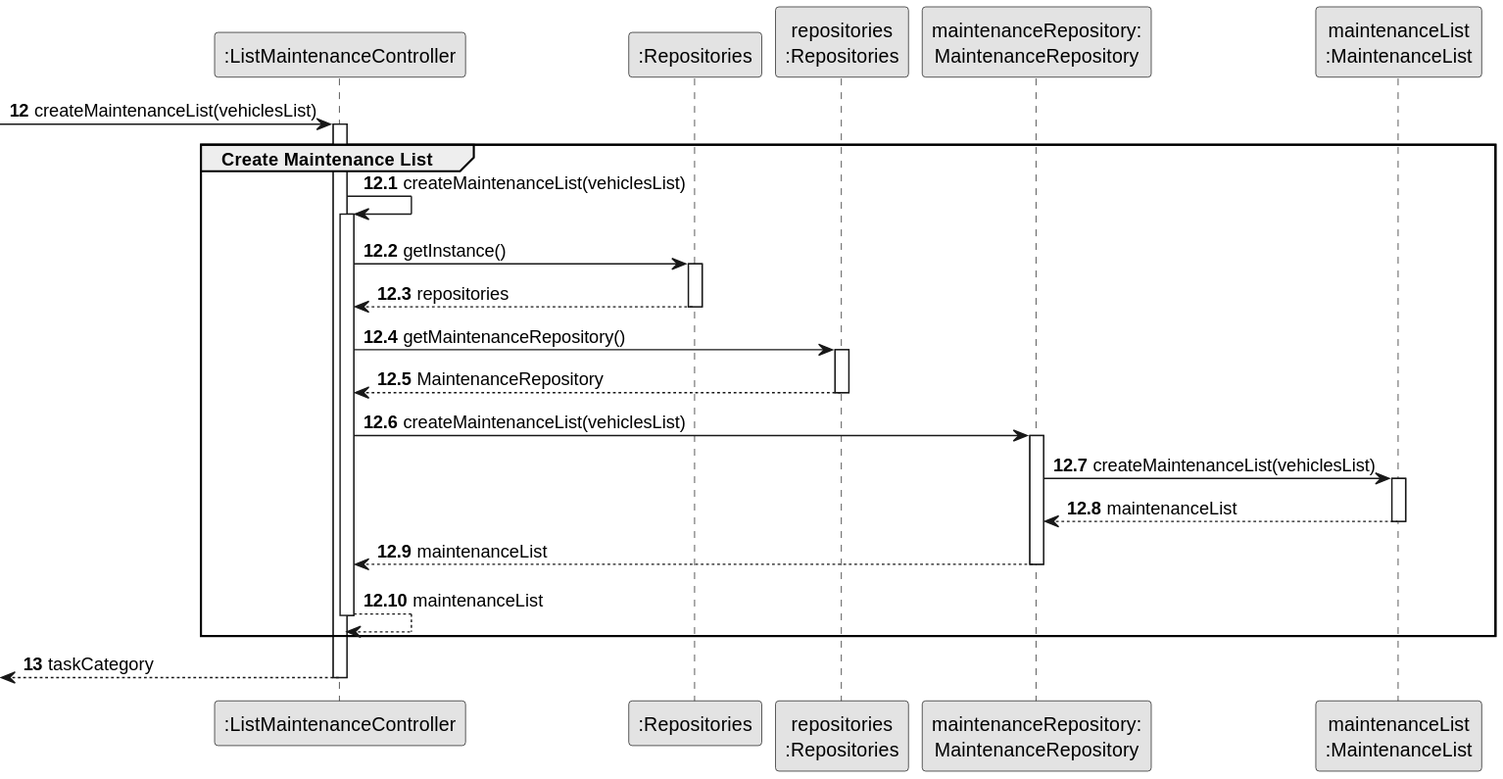
Above: docs/sprintB/us008/03.design/svg/us008-sequence-diagram-partial-create-maintenance-list.svg in RicardoMorim/lapr2-ISEP-Project (PlantUML), before the change. Its diagram source:
```plantuml
@startuml
skinparam monochrome true
skinparam packageStyle rectangle
skinparam shadowing false

participant ":ListMaintenanceController" as CTRL
participant ":Repositories" as RepositorySingleton
participant "repositories\n:Repositories" as PLAT
participant "maintenanceRepository:\nMaintenanceRepository" as MaintenanceRepository
participant "maintenanceList\n:MaintenanceList" as MaintenanceList

autonumber 12
-> CTRL : createMaintenanceList(vehiclesList)

autonumber 12.1

activate CTRL
    group Create Maintenance List

        CTRL -> CTRL : createMaintenanceList(vehiclesList)
                    activate CTRL

                        CTRL -> RepositorySingleton : getInstance()
                        activate RepositorySingleton

                            RepositorySingleton --> CTRL: repositories
                        deactivate RepositorySingleton

                        CTRL -> PLAT : getMaintenanceRepository()
                        activate PLAT

                            PLAT --> CTRL: MaintenanceRepository
                        deactivate PLAT

                        CTRL -> MaintenanceRepository : createMaintenanceList(vehiclesList)
                        activate MaintenanceRepository

                            MaintenanceRepository -> MaintenanceList : createMaintenanceList(vehiclesList)
                            activate MaintenanceList

                            MaintenanceList --> MaintenanceRepository : maintenanceList
                            deactivate MaintenanceList

                        MaintenanceRepository --> CTRL : maintenanceList
                        deactivate MaintenanceRepository

                    CTRL --> CTRL : maintenanceList
                    deactivate CTRL

    end group

    autonumber 13
    <-- CTRL : taskCategory

deactivate CTRL
@enduml
```
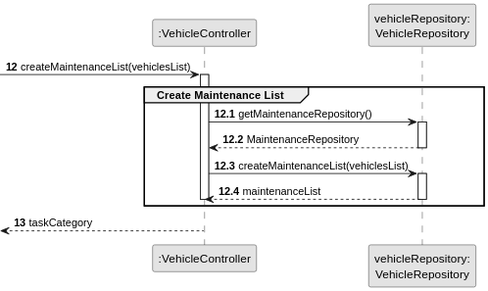
After the commit.

Commit message:
updated one of the partial sequence diagrams of the us008

Change to the diagram source:
```diff
@@ -3,11 +3,8 @@
 skinparam packageStyle rectangle
 skinparam shadowing false
 
-participant ":ListMaintenanceController" as CTRL
-participant ":Repositories" as RepositorySingleton
-participant "repositories\n:Repositories" as PLAT
-participant "maintenanceRepository:\nMaintenanceRepository" as MaintenanceRepository
-participant "maintenanceList\n:MaintenanceList" as MaintenanceList
+participant ":VehicleController" as CTRL
+participant "vehicleRepository:\nVehicleRepository" as VehicleRepository
 
 autonumber 12
 -> CTRL : createMaintenanceList(vehiclesList)
@@ -17,36 +14,19 @@
 activate CTRL
     group Create Maintenance List
 
-        CTRL -> CTRL : createMaintenanceList(vehiclesList)
-                    activate CTRL
+                        CTRL -> VehicleRepository : getMaintenanceRepository()
+                        activate VehicleRepository
 
-                        CTRL -> RepositorySingleton : getInstance()
-                        activate RepositorySingleton
+                            VehicleRepository --> CTRL: MaintenanceRepository
+                        deactivate VehicleRepository
 
-                            RepositorySingleton --> CTRL: repositories
-                        deactivate RepositorySingleton
+                        CTRL -> VehicleRepository : createMaintenanceList(vehiclesList)
+                        activate VehicleRepository
 
-                        CTRL -> PLAT : getMaintenanceRepository()
-                        activate PLAT
+                        VehicleRepository --> CTRL : maintenanceList
+                        deactivate VehicleRepository
 
-                            PLAT --> CTRL: MaintenanceRepository
-                        deactivate PLAT
-
-                        CTRL -> MaintenanceRepository : createMaintenanceList(vehiclesList)
-                        activate MaintenanceRepository
-
-                            MaintenanceRepository -> MaintenanceList : createMaintenanceList(vehiclesList)
-                            activate MaintenanceList
-
-                            MaintenanceList --> MaintenanceRepository : maintenanceList
-                            deactivate MaintenanceList
-
-                        MaintenanceRepository --> CTRL : maintenanceList
-                        deactivate MaintenanceRepository
-
-                    CTRL --> CTRL : maintenanceList
                     deactivate CTRL
-
     end group
 
     autonumber 13
```
